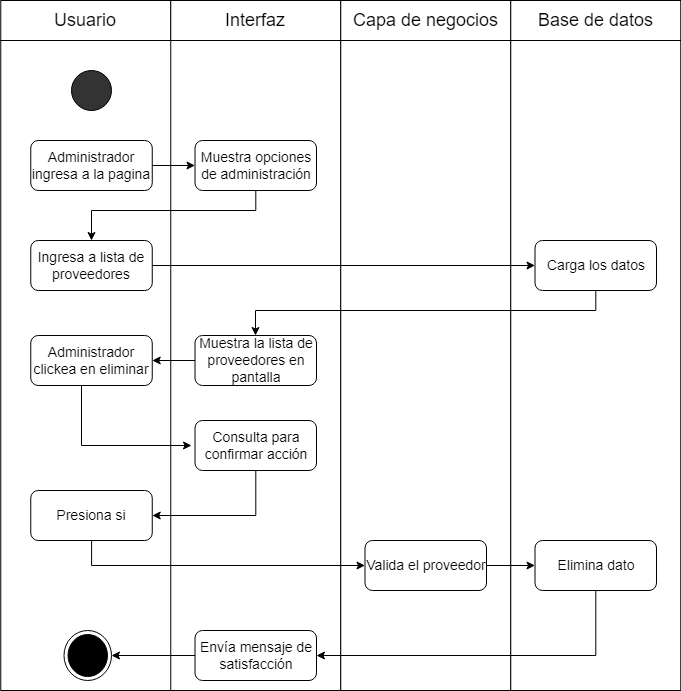
The draw.io diagram Fase 1/Evidencias Grupales/Diagramas/3) Diagrama de Actividad/36)Eliminar proveedores.drawio.png in SoyElMato1/Grupo4-GreenMarket, before a commit. Source tidied: cells renumbered, new cells last; positions are measured from the earlier drawing's top-left corner, leaving out a move shared by most shapes.
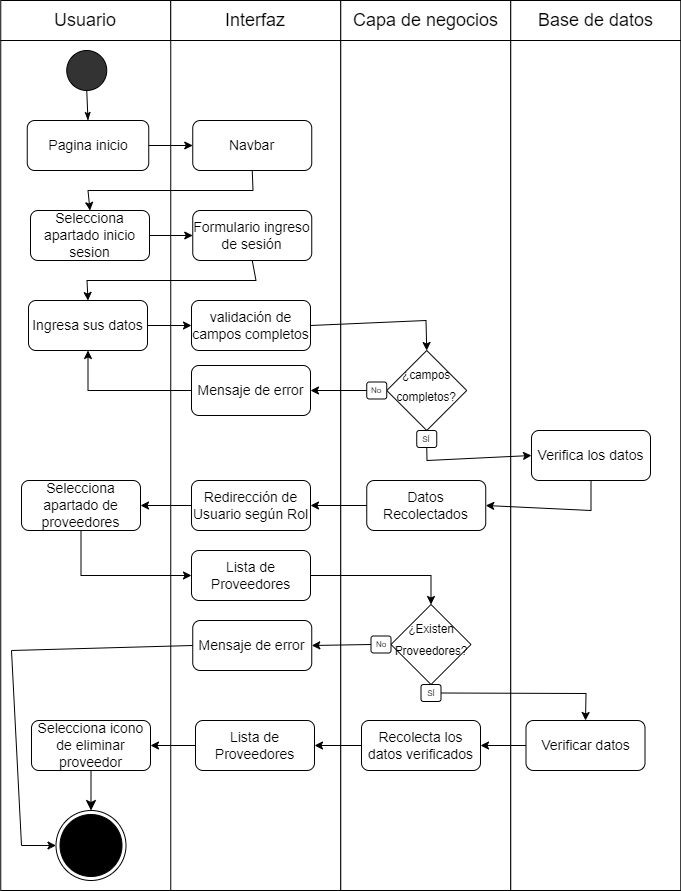
Later version of the same file.

The edit, as a diff of the source:
```diff
@@ -42,115 +42,206 @@
       <mxGeometry x="7.5" y="5" width="155" height="30" as="geometry" />
     </mxCell>
     <mxCell id="15" style="rounded=0;whiteSpace=wrap;html=1;" parent="1" vertex="1">
-      <mxGeometry x="0.2" y="40" width="175.7" height="650" as="geometry" />
+      <mxGeometry x="0.2" y="40" width="175.7" height="850" as="geometry" />
     </mxCell>
     <mxCell id="16" style="rounded=0;whiteSpace=wrap;html=1;" parent="1" vertex="1">
-      <mxGeometry x="170.2" y="40" width="170" height="650" as="geometry" />
+      <mxGeometry x="170.2" y="40" width="170" height="850" as="geometry" />
     </mxCell>
     <mxCell id="17" style="rounded=0;whiteSpace=wrap;html=1;" parent="1" vertex="1">
-      <mxGeometry x="340.2" y="40" width="170" height="650" as="geometry" />
+      <mxGeometry x="340.2" y="40" width="170" height="850" as="geometry" />
     </mxCell>
     <mxCell id="18" style="rounded=0;whiteSpace=wrap;html=1;" parent="1" vertex="1">
-      <mxGeometry x="510.2" y="40" width="170" height="650" as="geometry" />
+      <mxGeometry x="510.2" y="40" width="170" height="850" as="geometry" />
     </mxCell>
-    <mxCell id="19" style="ellipse;whiteSpace=wrap;html=1;fontSize=18;fillColor=#333333;" parent="1" vertex="1">
-      <mxGeometry x="71" y="70" width="40" height="40" as="geometry" />
-    </mxCell>
-    <mxCell id="20" style="edgeStyle=orthogonalEdgeStyle;rounded=0;jettySize=auto;html=1;entryX=1;entryY=0.5;entryDx=0;entryDy=0;" parent="1" edge="1" source="21" target="22">
-      <mxGeometry relative="1" as="geometry" />
-    </mxCell>
-    <mxCell id="21" value="Envía mensaje de satisfacción" style="rounded=1;whiteSpace=wrap;html=1;fontSize=14;" parent="1" vertex="1">
-      <mxGeometry x="194.5" y="630" width="121.5" height="50" as="geometry" />
-    </mxCell>
-    <mxCell id="22" style="ellipse;html=1;shape=endState;fillColor=#000000;strokeColor=#000000;" parent="1" vertex="1">
-      <mxGeometry x="63.5" y="630" width="47.5" height="50" as="geometry" />
-    </mxCell>
-    <mxCell id="23" style="edgeStyle=orthogonalEdgeStyle;rounded=0;jettySize=auto;html=1;" parent="1" edge="1" source="24" target="34">
-      <mxGeometry relative="1" as="geometry" />
-    </mxCell>
-    <mxCell id="24" value="Muestra la lista de proveedores en pantalla" style="rounded=1;whiteSpace=wrap;html=1;fontSize=14;" parent="1" vertex="1">
-      <mxGeometry x="194.5" y="335" width="121.5" height="50" as="geometry" />
-    </mxCell>
-    <mxCell id="25" style="edgeStyle=orthogonalEdgeStyle;rounded=0;jettySize=auto;html=1;entryX=0;entryY=0.5;entryDx=0;entryDy=0;" parent="1" edge="1" source="26" target="28">
-      <mxGeometry relative="1" as="geometry" />
-    </mxCell>
-    <mxCell id="26" value="Administrador ingresa a la pagina" style="rounded=1;whiteSpace=wrap;html=1;fontSize=14;" parent="1" vertex="1">
-      <mxGeometry x="30.2" y="140" width="121.5" height="50" as="geometry" />
-    </mxCell>
-    <mxCell id="27" style="edgeStyle=orthogonalEdgeStyle;rounded=0;jettySize=auto;html=1;entryX=0.5;entryY=0;entryDx=0;entryDy=0;" parent="1" edge="1" source="28" target="30">
-      <mxGeometry relative="1" as="geometry">
-        <Array as="points">
-          <mxPoint x="255" y="210" />
-          <mxPoint x="91" y="210" />
-        </Array>
-      </mxGeometry>
-    </mxCell>
-    <mxCell id="28" value="Muestra opciones de administración" style="rounded=1;whiteSpace=wrap;html=1;fontSize=14;" parent="1" vertex="1">
-      <mxGeometry x="194.5" y="140" width="121.5" height="50" as="geometry" />
-    </mxCell>
-    <mxCell id="29" style="edgeStyle=orthogonalEdgeStyle;rounded=0;jettySize=auto;html=1;" parent="1" edge="1" source="30" target="32">
-      <mxGeometry relative="1" as="geometry" />
-    </mxCell>
-    <mxCell id="30" value="Ingresa a lista de proveedores" style="rounded=1;whiteSpace=wrap;html=1;fontSize=14;" parent="1" vertex="1">
-      <mxGeometry x="30.2" y="240" width="121.5" height="50" as="geometry" />
-    </mxCell>
-    <mxCell id="31" style="edgeStyle=orthogonalEdgeStyle;rounded=0;jettySize=auto;html=1;" parent="1" edge="1" source="32" target="24">
-      <mxGeometry relative="1" as="geometry">
-        <Array as="points">
-          <mxPoint x="595" y="310" />
-          <mxPoint x="255" y="310" />
-        </Array>
-      </mxGeometry>
-    </mxCell>
-    <mxCell id="32" value="Carga los datos" style="rounded=1;whiteSpace=wrap;html=1;fontSize=14;" parent="1" vertex="1">
-      <mxGeometry x="534.5" y="240" width="121.5" height="50" as="geometry" />
-    </mxCell>
-    <mxCell id="33" style="edgeStyle=orthogonalEdgeStyle;rounded=0;jettySize=auto;html=1;entryX=0;entryY=0.5;entryDx=0;entryDy=0;" parent="1" edge="1" source="34">
-      <mxGeometry relative="1" as="geometry">
-        <mxPoint x="191" y="445" as="targetPoint" />
-        <Array as="points">
-          <mxPoint x="81" y="445" />
-        </Array>
-      </mxGeometry>
-    </mxCell>
-    <mxCell id="34" value="Administrador clickea en eliminar" style="rounded=1;whiteSpace=wrap;html=1;fontSize=14;" parent="1" vertex="1">
-      <mxGeometry x="30.2" y="335" width="121.5" height="50" as="geometry" />
-    </mxCell>
-    <mxCell id="35" style="edgeStyle=orthogonalEdgeStyle;rounded=0;jettySize=auto;html=1;entryX=1;entryY=0.5;entryDx=0;entryDy=0;" parent="1" edge="1" source="36" target="38">
-      <mxGeometry relative="1" as="geometry">
-        <Array as="points">
-          <mxPoint x="255" y="515" />
-        </Array>
-      </mxGeometry>
-    </mxCell>
-    <mxCell id="36" value="Consulta para confirmar acción" style="rounded=1;whiteSpace=wrap;html=1;fontSize=14;" parent="1" vertex="1">
-      <mxGeometry x="194.5" y="420" width="121.5" height="50" as="geometry" />
-    </mxCell>
-    <mxCell id="37" style="edgeStyle=orthogonalEdgeStyle;rounded=0;jettySize=auto;html=1;entryX=0;entryY=0.5;entryDx=0;entryDy=0;" parent="1" edge="1" source="38" target="40">
-      <mxGeometry relative="1" as="geometry">
-        <Array as="points">
-          <mxPoint x="91" y="565" />
-        </Array>
-      </mxGeometry>
-    </mxCell>
-    <mxCell id="38" value="Presiona si" style="rounded=1;whiteSpace=wrap;html=1;fontSize=14;" parent="1" vertex="1">
-      <mxGeometry x="30.2" y="490" width="121.5" height="50" as="geometry" />
-    </mxCell>
-    <mxCell id="39" style="edgeStyle=orthogonalEdgeStyle;rounded=0;jettySize=auto;html=1;entryX=0;entryY=0.5;entryDx=0;entryDy=0;" parent="1" edge="1" source="40" target="42">
-      <mxGeometry relative="1" as="geometry" />
-    </mxCell>
-    <mxCell id="40" value="Valida el proveedor" style="rounded=1;whiteSpace=wrap;html=1;fontSize=14;" parent="1" vertex="1">
-      <mxGeometry x="364.5" y="540" width="121.5" height="50" as="geometry" />
-    </mxCell>
-    <mxCell id="41" style="edgeStyle=orthogonalEdgeStyle;rounded=0;jettySize=auto;html=1;entryX=1;entryY=0.5;entryDx=0;entryDy=0;" parent="1" edge="1" source="42" target="21">
-      <mxGeometry relative="1" as="geometry">
-        <Array as="points">
-          <mxPoint x="595" y="655" />
-        </Array>
-      </mxGeometry>
-    </mxCell>
-    <mxCell id="42" value="Elimina dato" style="rounded=1;whiteSpace=wrap;html=1;fontSize=14;" parent="1" vertex="1">
-      <mxGeometry x="534.5" y="540" width="121.5" height="50" as="geometry" />
-    </mxCell>
+    <mxCell id="43" style="ellipse;html=1;shape=endState;fillColor=#000000;strokeColor=#000000;" parent="1" vertex="1">
+      <mxGeometry x="55.5" y="810" width="70" height="70" as="geometry" />
+    </mxCell>
+    <mxCell id="44" style="edgeStyle=none;curved=1;rounded=0;jettySize=auto;html=1;fontSize=12;startSize=8;endSize=8;exitX=0.5;exitY=1;exitDx=0;exitDy=0;" parent="1" edge="1" source="75" target="43">
+      <mxGeometry relative="1" as="geometry" />
+    </mxCell>
+    <mxCell id="45" style="ellipse;whiteSpace=wrap;html=1;fontSize=18;fillColor=#333333;" parent="1" vertex="1">
+      <mxGeometry x="66.2" y="50" width="40" height="40" as="geometry" />
+    </mxCell>
+    <mxCell id="46" style="endArrow=none;html=1;rounded=0;fontSize=18;entryX=0.5;entryY=1;entryDx=0;entryDy=0;exitX=0.5;exitY=0;exitDx=0;exitDy=0;startArrow=classicThin;startFill=1;" parent="1" edge="1" source="68" target="45">
+      <mxGeometry relative="1" as="geometry" />
+    </mxCell>
+    <mxCell id="47" value="Formulario ingreso de sesión" style="rounded=1;whiteSpace=wrap;html=1;fontSize=14;" parent="1" vertex="1">
+      <mxGeometry x="192.2" y="210" width="119" height="50" as="geometry" />
+    </mxCell>
+    <mxCell id="48" style="group;" parent="1" vertex="1">
+      <mxGeometry x="366.2" y="350" width="100" height="97" as="geometry" />
+    </mxCell>
+    <mxCell id="49" value="&lt;font style=&quot;line-height: 0; font-size: 14px;&quot;&gt;&lt;sup style=&quot;&quot;&gt;¿campos completos?&lt;/sup&gt;&lt;/font&gt;" style="rhombus;whiteSpace=wrap;html=1;fontSize=18;fillColor=#FFFFFF;align=center;" parent="48" vertex="1">
+      <mxGeometry x="20" width="80" height="80" as="geometry" />
+    </mxCell>
+    <mxCell id="50" value="No" style="rounded=1;whiteSpace=wrap;html=1;fontSize=8;fillColor=#FFFFFF;" parent="48" vertex="1">
+      <mxGeometry y="31.5" width="20" height="17" as="geometry" />
+    </mxCell>
+    <mxCell id="51" value="SÍ" style="rounded=1;whiteSpace=wrap;html=1;fontSize=8;fillColor=#FFFFFF;" parent="48" vertex="1">
+      <mxGeometry x="50" y="80" width="20" height="17" as="geometry" />
+    </mxCell>
+    <mxCell id="52" value="Verifica los datos" style="rounded=1;whiteSpace=wrap;html=1;fontSize=14;" parent="1" vertex="1">
+      <mxGeometry x="531" y="430" width="119" height="50" as="geometry" />
+    </mxCell>
+    <mxCell id="53" value="Mensaje de error" style="rounded=1;whiteSpace=wrap;html=1;fontSize=14;" parent="1" vertex="1">
+      <mxGeometry x="191" y="365" width="119" height="50" as="geometry" />
+    </mxCell>
+    <mxCell id="54" style="endArrow=classic;html=1;rounded=0;entryX=1;entryY=0.5;entryDx=0;entryDy=0;exitX=0;exitY=0.5;exitDx=0;exitDy=0;" parent="1" edge="1" source="50" target="53">
+      <mxGeometry relative="1" as="geometry" />
+    </mxCell>
+    <mxCell id="55" value="Redirección de Usuario según Rol" style="rounded=1;whiteSpace=wrap;html=1;fontSize=14;" parent="1" vertex="1">
+      <mxGeometry x="191" y="480" width="119" height="50" as="geometry" />
+    </mxCell>
+    <mxCell id="56" value="Ingresa sus datos" style="rounded=1;whiteSpace=wrap;html=1;fontSize=14;" parent="1" vertex="1">
+      <mxGeometry x="28" y="300" width="119" height="50" as="geometry" />
+    </mxCell>
+    <mxCell id="57" style="endArrow=classic;html=1;rounded=0;exitX=0.5;exitY=1;exitDx=0;exitDy=0;entryX=0.5;entryY=0;entryDx=0;entryDy=0;" parent="1" edge="1" source="47" target="56">
+      <mxGeometry relative="1" as="geometry">
+        <Array as="points">
+          <mxPoint x="255.5" y="280" />
+          <mxPoint x="86.5" y="280" />
+        </Array>
+      </mxGeometry>
+    </mxCell>
+    <mxCell id="58" value="validación de campos completos" style="rounded=1;whiteSpace=wrap;html=1;fontSize=14;" parent="1" vertex="1">
+      <mxGeometry x="191" y="300" width="119" height="50" as="geometry" />
+    </mxCell>
+    <mxCell id="59" style="endArrow=classic;html=1;rounded=0;exitX=1;exitY=0.5;exitDx=0;exitDy=0;entryX=0;entryY=0.5;entryDx=0;entryDy=0;" parent="1" edge="1" source="56" target="58">
+      <mxGeometry relative="1" as="geometry" />
+    </mxCell>
+    <mxCell id="60" style="endArrow=classic;html=1;rounded=0;exitX=1;exitY=0.5;exitDx=0;exitDy=0;entryX=0.5;entryY=0;entryDx=0;entryDy=0;" parent="1" edge="1" source="58" target="49">
+      <mxGeometry relative="1" as="geometry">
+        <Array as="points">
+          <mxPoint x="425.5" y="320" />
+        </Array>
+      </mxGeometry>
+    </mxCell>
+    <mxCell id="61" style="endArrow=classic;html=1;rounded=0;exitX=0;exitY=0.5;exitDx=0;exitDy=0;entryX=0.5;entryY=1;entryDx=0;entryDy=0;" parent="1" edge="1" source="53" target="56">
+      <mxGeometry relative="1" as="geometry">
+        <Array as="points">
+          <mxPoint x="87.5" y="390" />
+        </Array>
+      </mxGeometry>
+    </mxCell>
+    <mxCell id="62" value="Datos Recolectados" style="rounded=1;whiteSpace=wrap;html=1;fontSize=14;" parent="1" vertex="1">
+      <mxGeometry x="366.2" y="480" width="119" height="50" as="geometry" />
+    </mxCell>
+    <mxCell id="63" style="endArrow=classic;html=1;rounded=0;exitX=0.5;exitY=1;exitDx=0;exitDy=0;entryX=1;entryY=0.5;entryDx=0;entryDy=0;" parent="1" edge="1" source="52" target="62">
+      <mxGeometry relative="1" as="geometry">
+        <Array as="points">
+          <mxPoint x="590.5" y="510" />
+        </Array>
+      </mxGeometry>
+    </mxCell>
+    <mxCell id="64" style="endArrow=classic;html=1;rounded=0;exitX=0;exitY=0.5;exitDx=0;exitDy=0;entryX=1;entryY=0.5;entryDx=0;entryDy=0;" parent="1" edge="1" source="62" target="55">
+      <mxGeometry relative="1" as="geometry" />
+    </mxCell>
+    <mxCell id="65" style="endArrow=classic;html=1;rounded=0;exitX=0.5;exitY=1;exitDx=0;exitDy=0;entryX=0;entryY=0.5;entryDx=0;entryDy=0;" parent="1" edge="1" source="51" target="52">
+      <mxGeometry relative="1" as="geometry">
+        <Array as="points">
+          <mxPoint x="426.5" y="460" />
+        </Array>
+      </mxGeometry>
+    </mxCell>
+    <mxCell id="66" value="Selecciona apartado de proveedores" style="rounded=1;whiteSpace=wrap;html=1;fontSize=14;" parent="1" vertex="1">
+      <mxGeometry x="21" y="480" width="119" height="50" as="geometry" />
+    </mxCell>
+    <mxCell id="67" style="endArrow=classic;html=1;rounded=0;entryX=1;entryY=0.5;entryDx=0;entryDy=0;exitX=0;exitY=0.5;exitDx=0;exitDy=0;" parent="1" edge="1" source="55" target="66">
+      <mxGeometry relative="1" as="geometry" />
+    </mxCell>
+    <mxCell id="68" value="Pagina inicio" style="rounded=1;whiteSpace=wrap;html=1;fontSize=14;" parent="1" vertex="1">
+      <mxGeometry x="26.8" y="120" width="121.5" height="50" as="geometry" />
+    </mxCell>
+    <mxCell id="69" value="Selecciona apartado inicio sesion" style="rounded=1;whiteSpace=wrap;html=1;fontSize=14;" parent="1" vertex="1">
+      <mxGeometry x="30" y="210" width="119" height="50" as="geometry" />
+    </mxCell>
+    <mxCell id="70" value="Navbar" style="rounded=1;whiteSpace=wrap;html=1;fontSize=14;" parent="1" vertex="1">
+      <mxGeometry x="192.2" y="120" width="119" height="50" as="geometry" />
+    </mxCell>
+    <mxCell id="71" style="endArrow=classic;html=1;rounded=0;exitX=0.5;exitY=1;exitDx=0;exitDy=0;entryX=0.5;entryY=0;entryDx=0;entryDy=0;" parent="1" edge="1" source="70" target="69">
+      <mxGeometry relative="1" as="geometry">
+        <Array as="points">
+          <mxPoint x="252.5" y="190" />
+          <mxPoint x="87.5" y="190" />
+        </Array>
+      </mxGeometry>
+    </mxCell>
+    <mxCell id="72" style="endArrow=classic;html=1;rounded=0;exitX=1;exitY=0.5;exitDx=0;exitDy=0;entryX=0;entryY=0.5;entryDx=0;entryDy=0;" parent="1" edge="1" source="69" target="47">
+      <mxGeometry relative="1" as="geometry" />
+    </mxCell>
+    <mxCell id="73" style="endArrow=classic;html=1;rounded=0;exitX=1;exitY=0.5;exitDx=0;exitDy=0;entryX=0;entryY=0.5;entryDx=0;entryDy=0;" parent="1" edge="1" source="68" target="70">
+      <mxGeometry relative="1" as="geometry" />
+    </mxCell>
+    <mxCell id="74" value="Lista de Proveedores" style="rounded=1;whiteSpace=wrap;html=1;fontSize=14;" parent="1" vertex="1">
+      <mxGeometry x="195" y="720" width="119" height="50" as="geometry" />
+    </mxCell>
+    <mxCell id="75" value="Selecciona icono de eliminar proveedor" style="rounded=1;whiteSpace=wrap;html=1;fontSize=14;" parent="1" vertex="1">
+      <mxGeometry x="31" y="720" width="119" height="50" as="geometry" />
+    </mxCell>
+    <mxCell id="76" style="endArrow=classic;html=1;rounded=0;exitX=0;exitY=0.5;exitDx=0;exitDy=0;entryX=1;entryY=0.5;entryDx=0;entryDy=0;" parent="1" edge="1" source="74" target="75">
+      <mxGeometry relative="1" as="geometry" />
+    </mxCell>
+    <mxCell id="77" value="Lista de Proveedores" style="rounded=1;whiteSpace=wrap;html=1;fontSize=14;" parent="1" vertex="1">
+      <mxGeometry x="191" y="550" width="119" height="50" as="geometry" />
+    </mxCell>
+    <mxCell id="78" style="group;" parent="1" vertex="1">
+      <mxGeometry x="370.5" y="604" width="100" height="97" as="geometry" />
+    </mxCell>
+    <mxCell id="79" value="&lt;font style=&quot;line-height: 0; font-size: 14px;&quot;&gt;&lt;sup style=&quot;&quot;&gt;¿Existen Proveedores?&lt;/sup&gt;&lt;/font&gt;" style="rhombus;whiteSpace=wrap;html=1;fontSize=18;fillColor=#FFFFFF;align=center;" parent="78" vertex="1">
+      <mxGeometry x="20" width="80" height="80" as="geometry" />
+    </mxCell>
+    <mxCell id="80" value="No" style="rounded=1;whiteSpace=wrap;html=1;fontSize=8;fillColor=#FFFFFF;" parent="78" vertex="1">
+      <mxGeometry y="31.5" width="20" height="17" as="geometry" />
+    </mxCell>
+    <mxCell id="81" value="SÍ" style="rounded=1;whiteSpace=wrap;html=1;fontSize=8;fillColor=#FFFFFF;" parent="78" vertex="1">
+      <mxGeometry x="50" y="80" width="20" height="17" as="geometry" />
+    </mxCell>
+    <mxCell id="82" style="endArrow=classic;html=1;rounded=0;exitX=0.5;exitY=1;exitDx=0;exitDy=0;entryX=0;entryY=0.5;entryDx=0;entryDy=0;" parent="1" edge="1" source="66" target="77">
+      <mxGeometry relative="1" as="geometry">
+        <Array as="points">
+          <mxPoint x="80.5" y="575" />
+        </Array>
+      </mxGeometry>
+    </mxCell>
+    <mxCell id="83" style="endArrow=classic;html=1;rounded=0;exitX=1;exitY=0.5;exitDx=0;exitDy=0;entryX=0.5;entryY=0;entryDx=0;entryDy=0;" parent="1" edge="1" source="77" target="79">
+      <mxGeometry relative="1" as="geometry">
+        <Array as="points">
+          <mxPoint x="430.5" y="575" />
+        </Array>
+      </mxGeometry>
+    </mxCell>
+    <mxCell id="84" value="Mensaje de error" style="rounded=1;whiteSpace=wrap;html=1;fontSize=14;" parent="1" vertex="1">
+      <mxGeometry x="192.2" y="620" width="119" height="50" as="geometry" />
+    </mxCell>
+    <mxCell id="85" style="endArrow=classic;html=1;rounded=0;exitX=0;exitY=0.5;exitDx=0;exitDy=0;entryX=0;entryY=0.5;entryDx=0;entryDy=0;" parent="1" edge="1" source="84" target="43">
+      <mxGeometry relative="1" as="geometry">
+        <Array as="points">
+          <mxPoint x="11" y="650" />
+          <mxPoint x="21" y="845" />
+        </Array>
+      </mxGeometry>
+    </mxCell>
+    <mxCell id="86" value="Verificar datos" style="rounded=1;whiteSpace=wrap;html=1;fontSize=14;" parent="1" vertex="1">
+      <mxGeometry x="525.5" y="720" width="119" height="50" as="geometry" />
+    </mxCell>
+    <mxCell id="87" value="Recolecta los datos verificados" style="rounded=1;whiteSpace=wrap;html=1;fontSize=14;" parent="1" vertex="1">
+      <mxGeometry x="361" y="720" width="119" height="50" as="geometry" />
+    </mxCell>
+    <mxCell id="88" style="endArrow=classic;html=1;rounded=0;exitX=1;exitY=0.5;exitDx=0;exitDy=0;entryX=0.5;entryY=0;entryDx=0;entryDy=0;" parent="1" edge="1" source="81" target="86">
+      <mxGeometry relative="1" as="geometry">
+        <Array as="points">
+          <mxPoint x="585.5" y="693" />
+        </Array>
+      </mxGeometry>
+    </mxCell>
+    <mxCell id="89" style="endArrow=classic;html=1;rounded=0;exitX=0;exitY=0.5;exitDx=0;exitDy=0;entryX=1;entryY=0.5;entryDx=0;entryDy=0;" parent="1" edge="1" source="80" target="84">
+      <mxGeometry relative="1" as="geometry" />
+    </mxCell>
+    <mxCell id="90" style="endArrow=classic;html=1;rounded=0;entryX=1;entryY=0.5;entryDx=0;entryDy=0;exitX=0;exitY=0.5;exitDx=0;exitDy=0;" parent="1" edge="1" source="86" target="87">
+      <mxGeometry relative="1" as="geometry" />
+    </mxCell>
+    <mxCell id="91" style="endArrow=classic;html=1;rounded=0;entryX=1;entryY=0.5;entryDx=0;entryDy=0;exitX=0;exitY=0.5;exitDx=0;exitDy=0;" parent="1" edge="1" source="87" target="74">
+      <mxGeometry relative="1" as="geometry" />
+    </mxCell>
   </root>
 </mxGraphModel>
```
